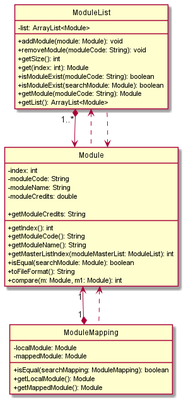
This is docs/images/modules.png from nus-cs2113-AY2122S1/tp, a PlantUML export, as it was before one commit.
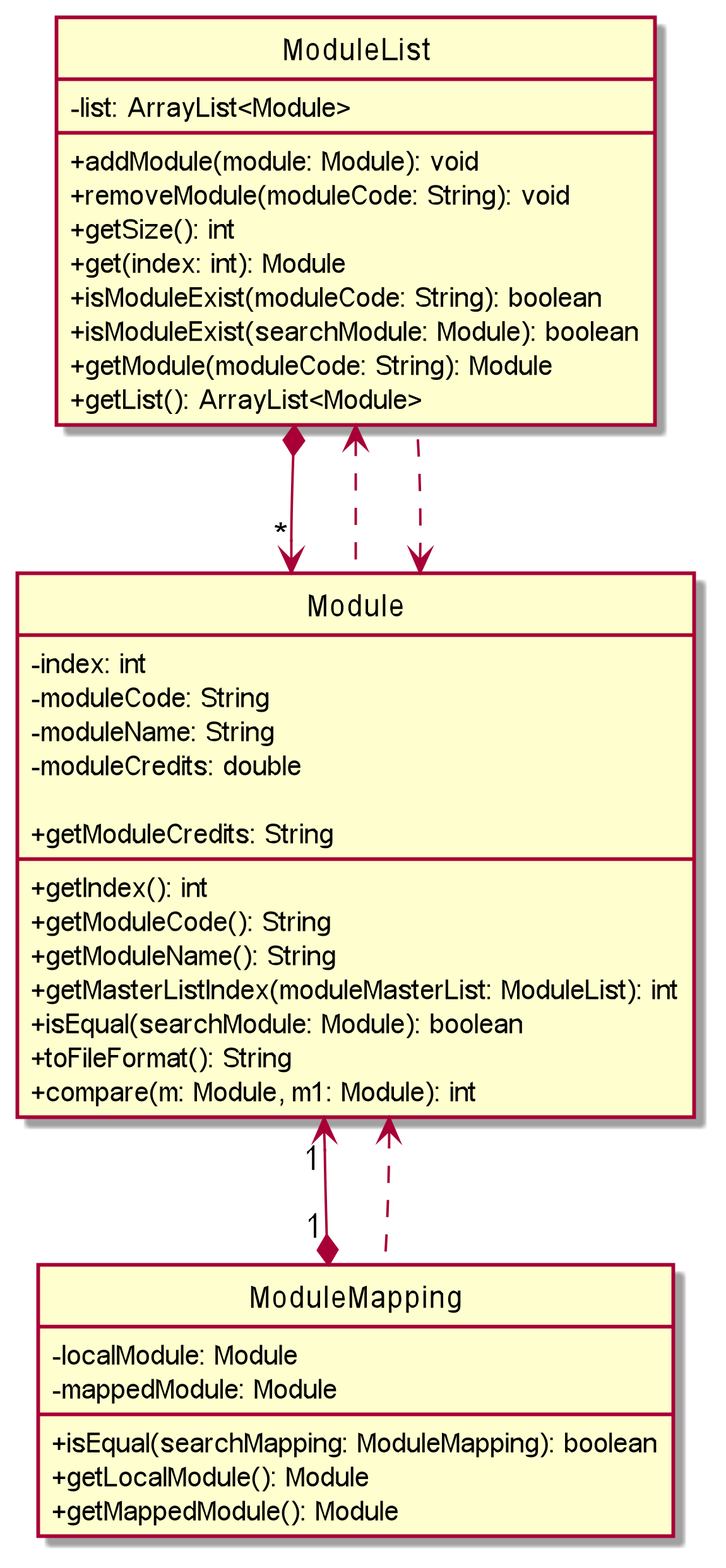
The same diagram one commit later.

Diff of the diagram source:
```diff
@@ -3,7 +3,7 @@
 skinparam classAttributeIconSize 0
 skinparam groupInheritance 2
 
-ModuleList "1..*" *--> Module
+ModuleList *--> "*" Module
 Module "1" <--* "1" ModuleMapping
 Module <.. ModuleMapping
 ModuleList <.. Module
```
